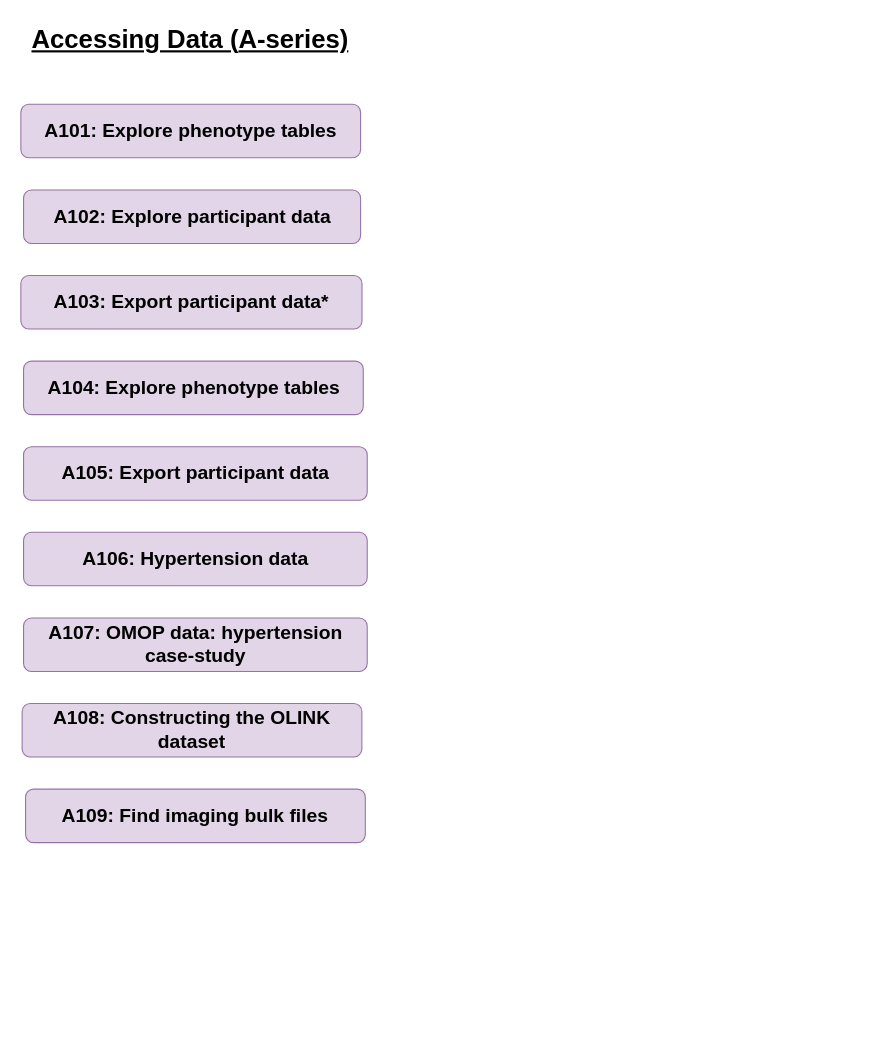
Earlier version of the draw.io diagram access_data.drawio (UK-Biobank/UKB-RAP-Notebooks-Access). Source tidied: cells renumbered, new cells numbered last; positions are measured from the earlier drawing's top-left corner, leaving out a move shared by most shapes. Both pictures are drawn from the tidied source at 107%, with x=0, y=0 at pixel (18, 18).
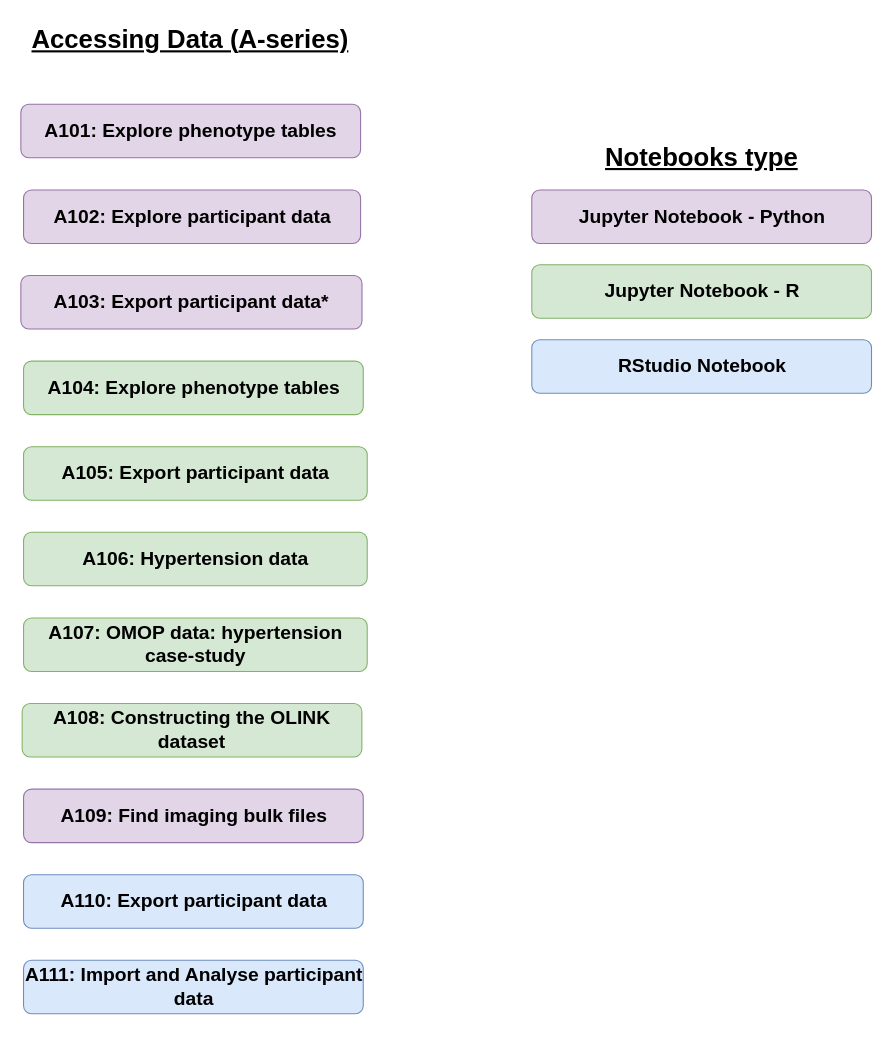
The same diagram, later.

The edit, as a diff of the source:
```diff
@@
 <mxGraphModel>
   <root>
     <mxCell id="0" />
     <mxCell id="1" parent="0" />
     <mxCell id="2" value="&lt;font style=&quot;font-size: 24px;&quot;&gt;&lt;b style=&quot;&quot;&gt;&lt;u style=&quot;&quot;&gt;&lt;font style=&quot;font-size: 24px;&quot;&gt;Accessing Data (&lt;/font&gt;&lt;/u&gt;&lt;/b&gt;&lt;b style=&quot;background-color: initial;&quot;&gt;&lt;u style=&quot;&quot;&gt;A-series)&lt;/u&gt;&lt;/b&gt;&lt;/font&gt;" style="text;html=1;align=center;verticalAlign=middle;strokeColor=none;fillColor=none;fontSize=14;" parent="1" vertex="1">
       <mxGeometry x="-0.5" width="320" height="40" as="geometry" />
     </mxCell>
     <mxCell id="3" value="&lt;p&gt;&lt;font size=&quot;1&quot; style=&quot;&quot; color=&quot;#000000&quot;&gt;&lt;b style=&quot;font-size: 18px;&quot;&gt;A101: Explore phenotype tables&lt;/b&gt;&lt;/font&gt;&lt;/p&gt;" style="whiteSpace=wrap;html=1;fillColor=#e1d5e7;strokeColor=#9673a6;rounded=1;" parent="1" vertex="1">
       <mxGeometry x="2" y="80" width="317.5" height="50" as="geometry" />
     </mxCell>
     <mxCell id="4" value="&lt;p&gt;&lt;b&gt;&lt;font style=&quot;font-size: 18px;&quot; color=&quot;#000000&quot;&gt;A102: Explore participant data&lt;/font&gt;&lt;/b&gt;&lt;/p&gt;" style="whiteSpace=wrap;html=1;fillColor=#e1d5e7;strokeColor=#9673a6;rounded=1;" parent="1" vertex="1">
       <mxGeometry x="4.5" y="160" width="315" height="50" as="geometry" />
     </mxCell>
     <mxCell id="5" value="&lt;p&gt;&lt;b&gt;&lt;font style=&quot;font-size: 18px;&quot; color=&quot;#000000&quot;&gt;A103: Export participant data*&lt;/font&gt;&lt;/b&gt;&lt;/p&gt;" style="whiteSpace=wrap;html=1;fillColor=#e1d5e7;strokeColor=#9673a6;rounded=1;" parent="1" vertex="1">
       <mxGeometry x="2" y="240" width="318.8" height="50" as="geometry" />
     </mxCell>
-    <mxCell id="6" value="&lt;p&gt;&lt;b&gt;&lt;font style=&quot;font-size: 18px;&quot; color=&quot;#000000&quot;&gt;A104: Explore phenotype tables&lt;/font&gt;&lt;/b&gt;&lt;/p&gt;" style="whiteSpace=wrap;html=1;fillColor=#e1d5e7;strokeColor=#9673a6;rounded=1;" parent="1" vertex="1">
+    <mxCell id="6" value="&lt;p&gt;&lt;b&gt;&lt;font style=&quot;font-size: 18px;&quot; color=&quot;#000000&quot;&gt;A104: Explore phenotype tables&lt;/font&gt;&lt;/b&gt;&lt;/p&gt;" style="whiteSpace=wrap;html=1;fillColor=#d5e8d4;strokeColor=#82b366;rounded=1;" parent="1" vertex="1">
       <mxGeometry x="4.5" y="320" width="317.5" height="50" as="geometry" />
     </mxCell>
-    <mxCell id="7" value="&lt;p&gt;&lt;b&gt;&lt;font style=&quot;font-size: 18px;&quot; color=&quot;#000000&quot;&gt;A105: Export participant data&lt;/font&gt;&lt;/b&gt;&lt;/p&gt;" style="whiteSpace=wrap;html=1;fillColor=#e1d5e7;strokeColor=#9673a6;rounded=1;" parent="1" vertex="1">
+    <mxCell id="7" value="&lt;p&gt;&lt;b&gt;&lt;font style=&quot;font-size: 18px;&quot; color=&quot;#000000&quot;&gt;A105: Export participant data&lt;/font&gt;&lt;/b&gt;&lt;/p&gt;" style="whiteSpace=wrap;html=1;fillColor=#d5e8d4;strokeColor=#82b366;rounded=1;" parent="1" vertex="1">
       <mxGeometry x="4.5" y="400" width="321.2" height="50" as="geometry" />
     </mxCell>
-    <mxCell id="8" value="&lt;p style=&quot;font-size: 18px;&quot;&gt;&lt;b&gt;&lt;font style=&quot;font-size: 18px;&quot; color=&quot;#000000&quot;&gt;A107: &lt;/font&gt;&lt;span style=&quot;background-color: initial;&quot;&gt;OMOP data: hypertension case-study&lt;/span&gt;&lt;/b&gt;&lt;/p&gt;" style="whiteSpace=wrap;html=1;fillColor=#e1d5e7;strokeColor=#9673a6;rounded=1;" parent="1" vertex="1">
+    <mxCell id="8" value="&lt;p style=&quot;font-size: 18px;&quot;&gt;&lt;b&gt;&lt;font style=&quot;font-size: 18px;&quot; color=&quot;#000000&quot;&gt;A107: &lt;/font&gt;&lt;span style=&quot;background-color: initial;&quot;&gt;OMOP data: hypertension case-study&lt;/span&gt;&lt;/b&gt;&lt;/p&gt;" style="whiteSpace=wrap;html=1;fillColor=#d5e8d4;strokeColor=#82b366;rounded=1;" parent="1" vertex="1">
       <mxGeometry x="4.5" y="560" width="321.2" height="50" as="geometry" />
     </mxCell>
-    <mxCell id="9" value="&lt;p&gt;&lt;b&gt;&lt;font style=&quot;font-size: 18px;&quot; color=&quot;#000000&quot;&gt;A106: Hypertension data&lt;/font&gt;&lt;/b&gt;&lt;/p&gt;" style="whiteSpace=wrap;html=1;fillColor=#e1d5e7;strokeColor=#9673a6;rounded=1;" parent="1" vertex="1">
+    <mxCell id="9" value="&lt;p&gt;&lt;b&gt;&lt;font style=&quot;font-size: 18px;&quot; color=&quot;#000000&quot;&gt;A106: Hypertension data&lt;/font&gt;&lt;/b&gt;&lt;/p&gt;" style="whiteSpace=wrap;html=1;fillColor=#d5e8d4;strokeColor=#82b366;rounded=1;" parent="1" vertex="1">
       <mxGeometry x="4.5" y="480" width="321.2" height="50" as="geometry" />
     </mxCell>
-    <mxCell id="10" value="&lt;p style=&quot;&quot;&gt;&lt;b style=&quot;&quot;&gt;&lt;font style=&quot;font-size: 18px;&quot; color=&quot;#000000&quot;&gt;A108: Constructing the OLINK dataset&lt;/font&gt;&lt;/b&gt;&lt;/p&gt;" style="whiteSpace=wrap;html=1;fillColor=#e1d5e7;strokeColor=#9673a6;rounded=1;" parent="1" vertex="1">
+    <mxCell id="10" value="&lt;p style=&quot;&quot;&gt;&lt;b style=&quot;&quot;&gt;&lt;font style=&quot;font-size: 18px;&quot; color=&quot;#000000&quot;&gt;A108: Constructing the OLINK dataset&lt;/font&gt;&lt;/b&gt;&lt;/p&gt;" style="whiteSpace=wrap;html=1;fillColor=#d5e8d4;strokeColor=#82b366;rounded=1;" parent="1" vertex="1">
       <mxGeometry x="3.2" y="640" width="317.5" height="50" as="geometry" />
     </mxCell>
     <mxCell id="11" value="&lt;p style=&quot;&quot;&gt;&lt;b style=&quot;&quot;&gt;&lt;font style=&quot;font-size: 18px;&quot; color=&quot;#000000&quot;&gt;A109: Find imaging bulk files&lt;/font&gt;&lt;/b&gt;&lt;/p&gt;" style="whiteSpace=wrap;html=1;fillColor=#e1d5e7;strokeColor=#9673a6;rounded=1;" parent="1" vertex="1">
-      <mxGeometry x="6.4" y="720" width="317.5" height="50" as="geometry" />
+      <mxGeometry x="4.5" y="720" width="317.5" height="50" as="geometry" />
     </mxCell>
-    <mxCell id="12" value="&lt;div&gt;&lt;br&gt;&lt;/div&gt;&lt;div&gt;&lt;br&gt;&lt;/div&gt;&lt;div&gt;&lt;br&gt;&lt;/div&gt;&lt;div&gt;&lt;br&gt;&lt;/div&gt;&lt;div&gt;&lt;br&gt;&lt;/div&gt;&lt;div&gt;&lt;br&gt;&lt;/div&gt;&lt;div&gt;&lt;br&gt;&lt;/div&gt;&lt;div&gt;&lt;br&gt;&lt;/div&gt;&lt;div&gt;&lt;br&gt;&lt;/div&gt;&lt;div&gt;&lt;br&gt;&lt;/div&gt;" style="text;html=1;align=center;verticalAlign=middle;strokeColor=none;fillColor=none;" parent="1" vertex="1">
-      <mxGeometry x="342" y="663" width="20" height="160" as="geometry" />
-    </mxCell>
+    <mxCell id="13" value="&lt;p style=&quot;&quot;&gt;&lt;b style=&quot;&quot;&gt;&lt;font style=&quot;font-size: 18px;&quot; color=&quot;#000000&quot;&gt;A110: Export participant data&lt;/font&gt;&lt;/b&gt;&lt;/p&gt;" style="whiteSpace=wrap;html=1;fillColor=#dae8fc;strokeColor=#6c8ebf;rounded=1;" parent="1" vertex="1">
+      <mxGeometry x="4.5" y="800" width="317.5" height="50" as="geometry" />
+    </mxCell>
+    <mxCell id="14" value="&lt;p style=&quot;&quot;&gt;&lt;b style=&quot;&quot;&gt;&lt;font style=&quot;font-size: 18px;&quot; color=&quot;#000000&quot;&gt;A111: Import and Analyse participant data&lt;/font&gt;&lt;/b&gt;&lt;/p&gt;" style="whiteSpace=wrap;html=1;fillColor=#dae8fc;strokeColor=#6c8ebf;rounded=1;" parent="1" vertex="1">
+      <mxGeometry x="4.5" y="880" width="317.5" height="50" as="geometry" />
+    </mxCell>
+    <mxCell id="15" value="&lt;p&gt;&lt;font size=&quot;1&quot; style=&quot;&quot; color=&quot;#000000&quot;&gt;&lt;b style=&quot;font-size: 18px;&quot;&gt;Jupyter Notebook - Python&lt;/b&gt;&lt;/font&gt;&lt;/p&gt;" style="whiteSpace=wrap;html=1;fillColor=#e1d5e7;strokeColor=#9673a6;rounded=1;shadow=0;" parent="1" vertex="1">
+      <mxGeometry x="479.5" y="160" width="317.5" height="50" as="geometry" />
+    </mxCell>
+    <mxCell id="16" value="&lt;p&gt;&lt;font size=&quot;1&quot; style=&quot;&quot; color=&quot;#000000&quot;&gt;&lt;b style=&quot;font-size: 18px;&quot;&gt;Jupyter Notebook - R&lt;/b&gt;&lt;/font&gt;&lt;/p&gt;" style="whiteSpace=wrap;html=1;fillColor=#d5e8d4;strokeColor=#82b366;rounded=1;shadow=0;" parent="1" vertex="1">
+      <mxGeometry x="479.5" y="230" width="317.5" height="50" as="geometry" />
+    </mxCell>
+    <mxCell id="17" value="&lt;p&gt;&lt;span style=&quot;font-size: 18px;&quot;&gt;&lt;b&gt;RStudio Notebook&lt;/b&gt;&lt;/span&gt;&lt;/p&gt;" style="whiteSpace=wrap;html=1;fillColor=#dae8fc;strokeColor=#6c8ebf;rounded=1;shadow=0;" parent="1" vertex="1">
+      <mxGeometry x="479.5" y="300" width="317.5" height="50" as="geometry" />
+    </mxCell>
+    <mxCell id="18" value="&lt;span style=&quot;font-size: 24px;&quot;&gt;&lt;b&gt;&lt;u&gt;Notebooks type&lt;/u&gt;&lt;/b&gt;&lt;/span&gt;" style="text;html=1;align=center;verticalAlign=middle;strokeColor=none;fillColor=none;fontSize=14;" parent="1" vertex="1">
+      <mxGeometry x="538.2" y="110" width="200" height="40" as="geometry" />
+    </mxCell>
   </root>
 </mxGraphModel>
```
